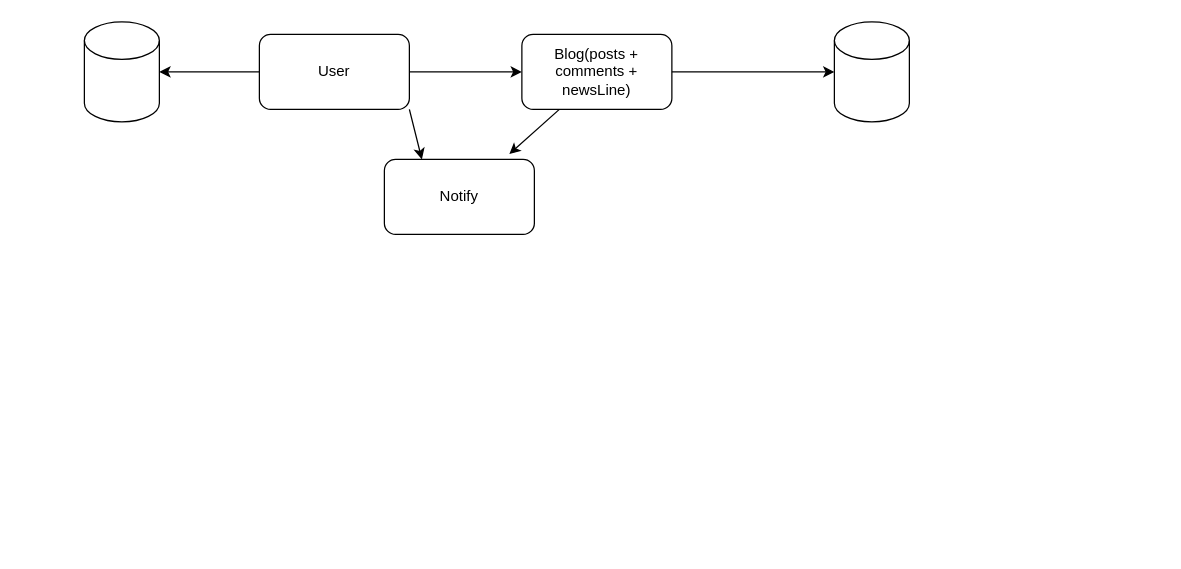
Earlier version of the draw.io diagram specification.drawio (maxim1436/2021469-readme-2). Source tidied: cells renumbered, new cells numbered last; positions are measured from the earlier drawing's top-left corner, leaving out a move shared by most shapes. Both pictures are drawn from the tidied source at 125%, with x=0, y=0 at pixel (84, 21).
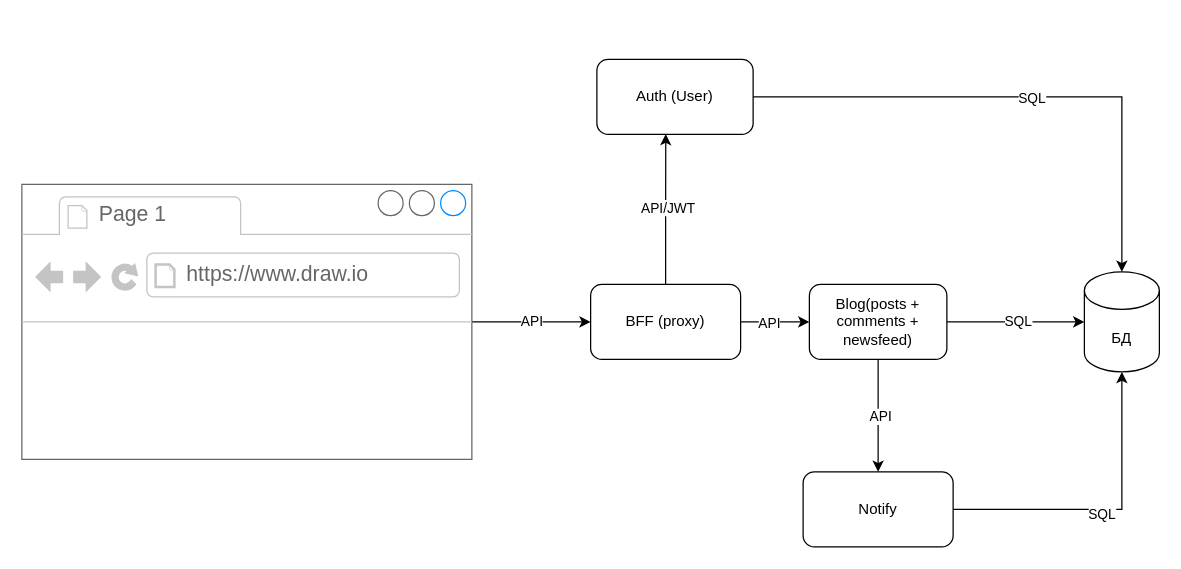
After the change.

Unchanged cells that the change refers to:
```xml
<mxCell id="11" style="endArrow=classic;html=1;rounded=0;entryX=0;entryY=0.5;entryDx=0;entryDy=0;entryPerimeter=0;exitX=1;exitY=0.5;exitDx=0;exitDy=0;" parent="1" edge="1" source="3" target="9">
  <mxGeometry relative="1" as="geometry" />
</mxCell>
```

Change to the diagram source:
```diff
@@
+    <mxCell id="12" style="edgeStyle=orthogonalEdgeStyle;rounded=0;jettySize=auto;html=1;entryX=0.5;entryY=0;entryDx=0;entryDy=0;entryPerimeter=0;" parent="1" edge="1" source="2" target="9">
+      <mxGeometry relative="1" as="geometry" />
+    </mxCell>
+    <mxCell id="13" value="SQL" style="edgeLabel;html=1;align=center;verticalAlign=middle;" parent="12" vertex="1">
+      <mxGeometry x="0.02" y="1" relative="1" as="geometry">
+        <mxPoint y="1" as="offset" />
+      </mxGeometry>
+    </mxCell>
-    <mxCell id="2" value="User" style="rounded=1;whiteSpace=wrap;html=1;" parent="1" vertex="1">
-      <mxGeometry x="140" y="10" width="120" height="60" as="geometry" />
+    <mxCell id="2" value="Auth (User)" style="rounded=1;whiteSpace=wrap;html=1;" parent="1" vertex="1">
+      <mxGeometry x="410" y="30" width="125" height="60" as="geometry" />
     </mxCell>
-    <mxCell id="3" value="Blog(posts + comments + newsLine)" style="rounded=1;whiteSpace=wrap;html=1;" parent="1" vertex="1">
-      <mxGeometry x="350" y="10" width="120" height="60" as="geometry" />
+    <mxCell id="3" value="Blog(posts + comments + newsfeed)" style="rounded=1;whiteSpace=wrap;html=1;" parent="1" vertex="1">
+      <mxGeometry x="580" y="210" width="110" height="60" as="geometry" />
     </mxCell>
+    <mxCell id="14" style="edgeStyle=orthogonalEdgeStyle;rounded=0;jettySize=auto;html=1;entryX=0.5;entryY=1;entryDx=0;entryDy=0;entryPerimeter=0;exitX=1;exitY=0.5;exitDx=0;exitDy=0;" parent="1" edge="1" source="4" target="9">
+      <mxGeometry relative="1" as="geometry" />
+    </mxCell>
+    <mxCell id="15" value="SQL" style="edgeLabel;html=1;align=center;verticalAlign=middle;" parent="14" vertex="1">
+      <mxGeometry x="-0.04" y="-3" relative="1" as="geometry" />
+    </mxCell>
     <mxCell id="4" value="Notify" style="rounded=1;whiteSpace=wrap;html=1;" parent="1" vertex="1">
-      <mxGeometry x="240" y="110" width="120" height="60" as="geometry" />
+      <mxGeometry x="575" y="360" width="120" height="60" as="geometry" />
     </mxCell>
-    <mxCell id="5" style="endArrow=classic;html=1;rounded=0;exitX=1;exitY=1;exitDx=0;exitDy=0;entryX=0.25;entryY=0;entryDx=0;entryDy=0;" parent="1" edge="1" source="2" target="4">
-      <mxGeometry relative="1" as="geometry" />
-    </mxCell>
-    <mxCell id="6" style="endArrow=classic;html=1;rounded=0;exitX=0.25;exitY=1;exitDx=0;exitDy=0;entryX=0.833;entryY=-0.07;entryDx=0;entryDy=0;entryPerimeter=0;" parent="1" edge="1" source="3" target="4">
+    <mxCell id="6" style="endArrow=classic;html=1;rounded=0;exitX=0.5;exitY=1;exitDx=0;exitDy=0;entryX=0.5;entryY=0;entryDx=0;entryDy=0;" parent="1" edge="1" source="3" target="4">
       <mxGeometry relative="1" as="geometry" />
     </mxCell>
-    <mxCell id="7" style="endArrow=classic;html=1;rounded=0;exitX=1;exitY=0.5;exitDx=0;exitDy=0;entryX=0;entryY=0.5;entryDx=0;entryDy=0;" parent="1" edge="1" source="2" target="3">
-      <mxGeometry relative="1" as="geometry" />
-    </mxCell>
-    <mxCell id="8" style="shape=cylinder3;whiteSpace=wrap;html=1;boundedLbl=1;backgroundOutline=1;size=15;" parent="1" vertex="1">
-      <mxGeometry width="60" height="80" as="geometry" />
-    </mxCell>
+    <mxCell id="16" value="API" style="edgeLabel;html=1;align=center;verticalAlign=middle;" parent="6" vertex="1">
+      <mxGeometry y="1" relative="1" as="geometry" />
+    </mxCell>
-    <mxCell id="9" style="shape=cylinder3;whiteSpace=wrap;html=1;boundedLbl=1;backgroundOutline=1;size=15;" parent="1" vertex="1">
-      <mxGeometry x="600" width="60" height="80" as="geometry" />
+    <mxCell id="9" value="БД" style="shape=cylinder3;whiteSpace=wrap;html=1;boundedLbl=1;backgroundOutline=1;size=15;" parent="1" vertex="1">
+      <mxGeometry x="800" y="200" width="60" height="80" as="geometry" />
     </mxCell>
-    <mxCell id="10" style="endArrow=classic;html=1;rounded=0;entryX=1;entryY=0.5;entryDx=0;entryDy=0;entryPerimeter=0;exitX=0;exitY=0.5;exitDx=0;exitDy=0;" parent="1" edge="1" source="2" target="8">
-      <mxGeometry relative="1" as="geometry" />
-    </mxCell>
@@
+    <mxCell id="17" value="SQL" style="edgeLabel;html=1;align=center;verticalAlign=middle;" parent="11" vertex="1">
+      <mxGeometry x="0.01" y="1" relative="1" as="geometry" />
+    </mxCell>
+    <mxCell id="18" value="API" style="edgeStyle=orthogonalEdgeStyle;rounded=0;jettySize=auto;html=1;entryX=0;entryY=0.5;entryDx=0;entryDy=0;" parent="1" edge="1" source="19" target="26">
+      <mxGeometry relative="1" as="geometry" />
+    </mxCell>
+    <mxCell id="19" style="strokeWidth=1;shadow=0;dashed=0;align=center;html=1;shape=mxgraph.mockup.containers.browserWindow;rSize=0;strokeColor=#666666;strokeColor2=#008cff;strokeColor3=#c4c4c4;mainText=,;" parent="1" vertex="1">
+      <mxGeometry x="-50" y="130" width="360" height="220" as="geometry" />
+    </mxCell>
+    <mxCell id="20" value="Page 1" style="strokeWidth=1;shadow=0;dashed=0;align=center;html=1;shape=mxgraph.mockup.containers.anchor;fontSize=17;fontColor=#666666;align=left;" parent="19" vertex="1">
+      <mxGeometry x="60" y="12" width="110" height="26" as="geometry" />
+    </mxCell>
+    <mxCell id="21" value="https://www.draw.io" style="strokeWidth=1;shadow=0;dashed=0;align=center;html=1;shape=mxgraph.mockup.containers.anchor;rSize=0;fontSize=17;fontColor=#666666;align=left;" parent="19" vertex="1">
+      <mxGeometry x="130" y="60" width="250" height="26" as="geometry" />
+    </mxCell>
+    <mxCell id="22" style="edgeStyle=orthogonalEdgeStyle;rounded=0;jettySize=auto;html=1;" parent="1" edge="1" source="26" target="3">
+      <mxGeometry relative="1" as="geometry" />
+    </mxCell>
+    <mxCell id="23" value="API" style="edgeLabel;html=1;align=center;verticalAlign=middle;" parent="22" vertex="1">
+      <mxGeometry x="-0.2" relative="1" as="geometry" />
+    </mxCell>
+    <mxCell id="24" style="edgeStyle=orthogonalEdgeStyle;rounded=0;jettySize=auto;html=1;entryX=0.441;entryY=0.996;entryDx=0;entryDy=0;entryPerimeter=0;" parent="1" edge="1" source="26" target="2">
+      <mxGeometry relative="1" as="geometry" />
+    </mxCell>
+    <mxCell id="25" value="API/JWT" style="edgeLabel;html=1;align=center;verticalAlign=middle;" parent="24" vertex="1">
+      <mxGeometry x="0.03" y="-1" relative="1" as="geometry" />
+    </mxCell>
+    <mxCell id="26" value="BFF (proxy)" style="rounded=1;whiteSpace=wrap;html=1;" parent="1" vertex="1">
+      <mxGeometry x="405" y="210" width="120" height="60" as="geometry" />
+    </mxCell>
```
